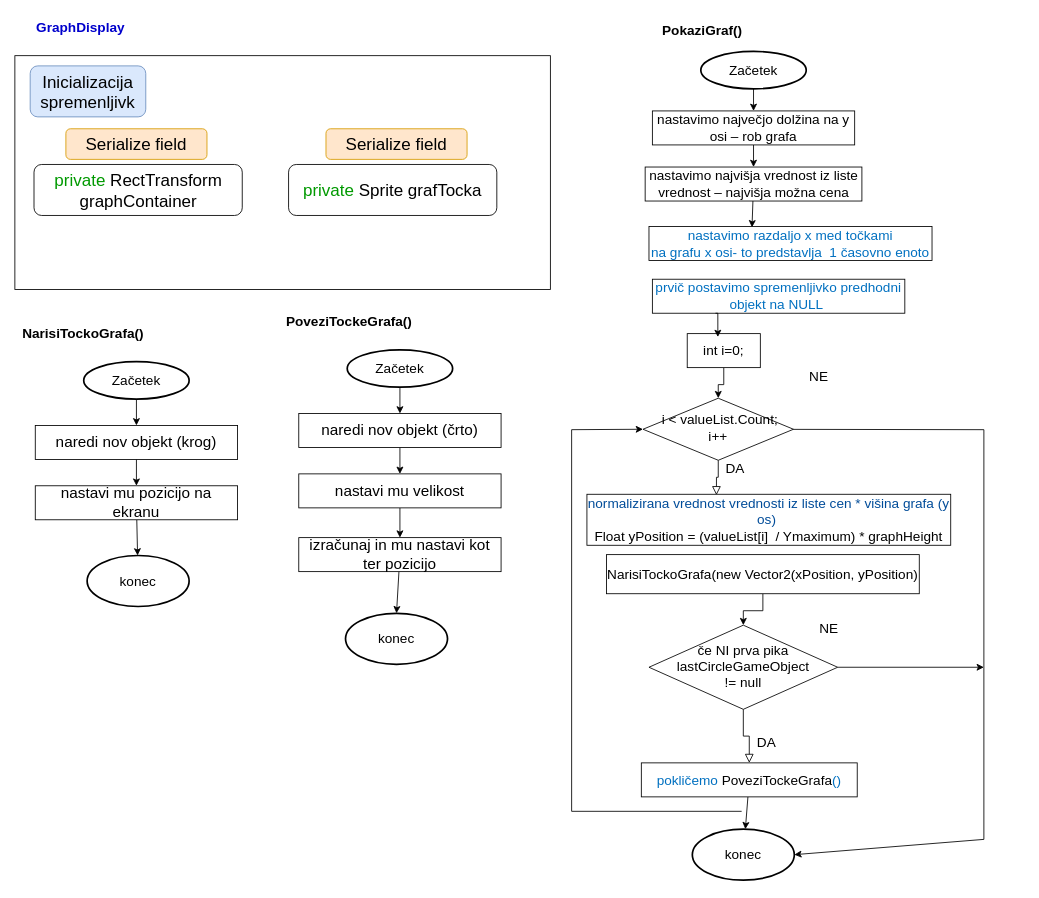
ErikOpresnikHercog2026/IzdelekMatura keeps this draw.io diagram as page "GraphDisplay" (9 of 9) of Dokumentacija/Načrti/OpisSkriptov.drawio. Above is the earlier version. Source tidied: cells renumbered, new cells numbered last; positions are measured from the earlier drawing's top-left corner, leaving out a move shared by most shapes. Both pictures are drawn from the tidied source at 85%, with x=0, y=0 at pixel (14, 14).
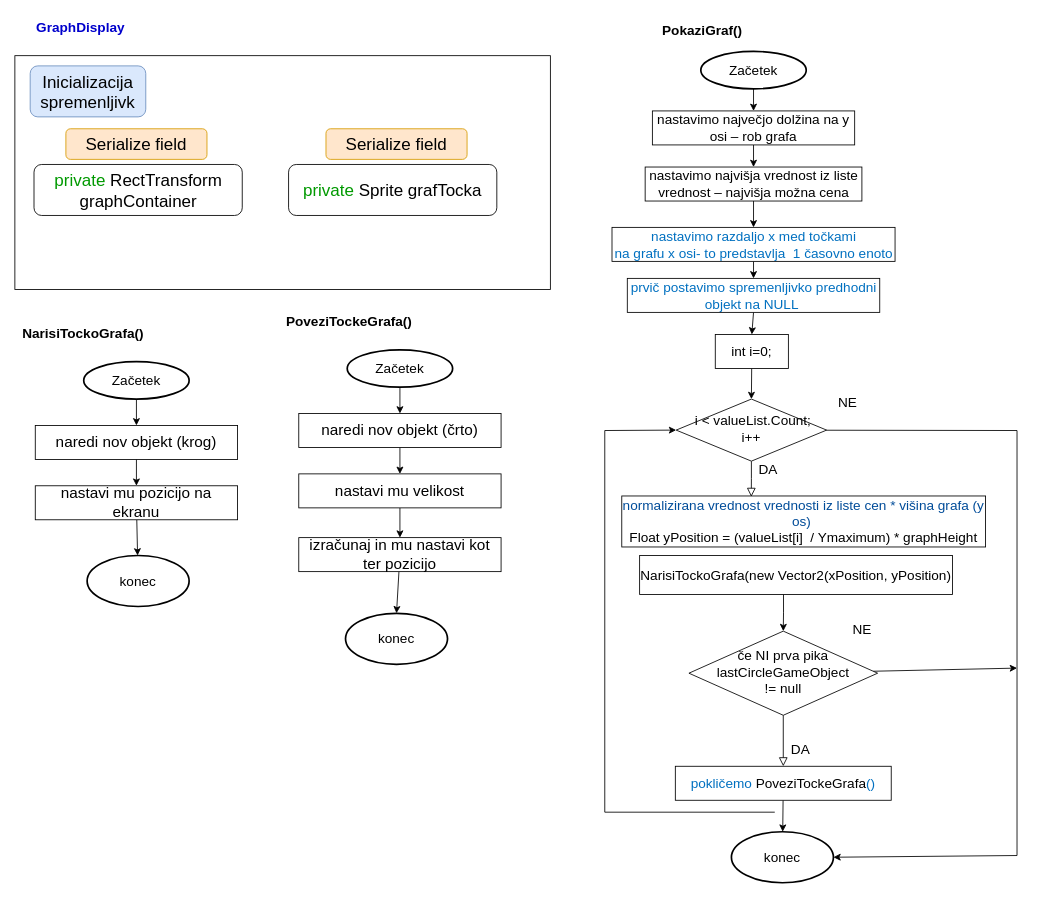
After the change.

The change refers to these unchanged cells:
```xml
<mxCell id="15" value="&lt;span style=&quot;font-family: Calibri, sans-serif;&quot; lang=&quot;SL&quot;&gt;nastavimo najvišja vrednost iz liste vrednost – najvišja možna cena&lt;/span&gt;" style="rounded=0;whiteSpace=wrap;html=1;fontSize=16;glass=0;strokeWidth=1;shadow=0;" parent="1" vertex="1">
  <mxGeometry x="741.5" y="179" width="255" height="40" as="geometry" />
</mxCell>
```

Diff of the diagram source:
```diff
@@
     <mxCell id="5" style="edgeStyle=none;rounded=0;jettySize=auto;html=1;entryX=1;entryY=0.5;entryDx=0;entryDy=0;fontSize=17;" parent="1" edge="1" source="6" target="30">
       <mxGeometry relative="1" as="geometry">
         <Array as="points">
-          <mxPoint x="1140" y="488" />
-          <mxPoint x="1140" y="970" />
+          <mxPoint x="1179" y="489" />
+          <mxPoint x="1179" y="989" />
         </Array>
       </mxGeometry>
     </mxCell>
     <mxCell id="6" value="&lt;span style=&quot;font-family: Calibri, sans-serif;&quot; lang=&quot;SL&quot;&gt;&amp;nbsp;i &amp;lt; valueList.Count; i++&lt;/span&gt;" style="rhombus;whiteSpace=wrap;html=1;shadow=0;fontFamily=Helvetica;fontSize=16;align=center;strokeWidth=1;spacing=6;spacingTop=-4;" parent="1" vertex="1">
-      <mxGeometry x="739" y="451" width="177" height="73" as="geometry" />
+      <mxGeometry x="778" y="452" width="177" height="73" as="geometry" />
     </mxCell>
@@
     <mxCell id="8" style="edgeStyle=none;rounded=0;jettySize=auto;html=1;fontSize=17;" parent="1" edge="1" source="9">
       <mxGeometry relative="1" as="geometry">
-        <mxPoint x="1140" y="767.5" as="targetPoint" />
+        <mxPoint x="1179" y="768.5" as="targetPoint" />
       </mxGeometry>
     </mxCell>
     <mxCell id="9" value="&lt;span style=&quot;font-family: Calibri, sans-serif;&quot; lang=&quot;SL&quot;&gt;če NI prva pika&lt;/span&gt;&lt;div&gt;&lt;span style=&quot;font-family: Calibri, sans-serif;&quot; lang=&quot;SL&quot;&gt;&lt;span style=&quot;line-height: 107%;&quot; lang=&quot;SL&quot;&gt;lastCircleGameObject&lt;br&gt;!= null&lt;/span&gt;&lt;br&gt;&lt;/span&gt;&lt;/div&gt;" style="rhombus;whiteSpace=wrap;html=1;shadow=0;fontFamily=Helvetica;fontSize=16;align=center;strokeWidth=1;spacing=6;spacingTop=-4;" parent="1" vertex="1">
-      <mxGeometry x="746" y="718" width="222" height="99" as="geometry" />
+      <mxGeometry x="793" y="725" width="222" height="99" as="geometry" />
     </mxCell>
@@
     <mxCell id="11" value="&lt;font color=&quot;#0070c0&quot; face=&quot;calibri, sans-serif&quot;&gt;pokličemo&amp;nbsp;&lt;/font&gt;&lt;span&gt;PoveziTockeGrafa&lt;/span&gt;&lt;font color=&quot;#0070c0&quot; face=&quot;calibri, sans-serif&quot;&gt;()&lt;/font&gt;" style="rounded=0;whiteSpace=wrap;html=1;fontSize=16;glass=0;strokeWidth=1;shadow=0;fontStyle=0;" parent="1" vertex="1">
-      <mxGeometry x="737" y="880" width="254" height="40" as="geometry" />
+      <mxGeometry x="777" y="884" width="254" height="40" as="geometry" />
     </mxCell>
@@
-    <mxCell id="14" style="edgeStyle=none;rounded=0;jettySize=auto;html=1;entryX=0.364;entryY=0.024;entryDx=0;entryDy=0;entryPerimeter=0;fontSize=17;" parent="1" edge="1" source="15" target="17">
+    <mxCell id="14" style="edgeStyle=none;rounded=0;jettySize=auto;html=1;entryX=0.5;entryY=0;entryDx=0;entryDy=0;fontSize=17;" parent="1" edge="1" source="15" target="17">
       <mxGeometry relative="1" as="geometry" />
     </mxCell>
@@
+    <mxCell id="54" style="edgeStyle=none;rounded=0;jettySize=auto;html=1;entryX=0.5;entryY=0;entryDx=0;entryDy=0;" parent="1" edge="1" source="17" target="18">
+      <mxGeometry relative="1" as="geometry" />
+    </mxCell>
     <mxCell id="17" value="&lt;p class=&quot;MsoNoSpacing&quot;&gt;&lt;span style=&quot;color:#0070C0&quot; lang=&quot;SL&quot;&gt;nastavimo razdaljo x med točkami&lt;br&gt;na grafu x osi- to predstavlja&amp;nbsp; 1 časovno enoto&lt;/span&gt;&lt;/p&gt;" style="rounded=0;whiteSpace=wrap;html=1;fontSize=16;glass=0;strokeWidth=1;shadow=0;" parent="1" vertex="1">
-      <mxGeometry x="746" y="249" width="333" height="40" as="geometry" />
+      <mxGeometry x="702.5" y="250" width="333" height="40" as="geometry" />
     </mxCell>
+    <mxCell id="21" style="edgeStyle=none;rounded=0;jettySize=auto;html=1;entryX=0.5;entryY=0;entryDx=0;entryDy=0;exitX=0.5;exitY=1;exitDx=0;exitDy=0;" parent="1" edge="1" source="18" target="20">
+      <mxGeometry relative="1" as="geometry" />
+    </mxCell>
     <mxCell id="18" value="&lt;p class=&quot;MsoNoSpacing&quot;&gt;&lt;span style=&quot;color: rgb(0, 112, 192);&quot;&gt;prvič postavimo spremenljivko predhodni objekt na NULL&amp;nbsp;&lt;/span&gt;&lt;br&gt;&lt;/p&gt;" style="rounded=0;whiteSpace=wrap;html=1;fontSize=16;glass=0;strokeWidth=1;shadow=0;" parent="1" vertex="1">
-      <mxGeometry x="750" y="311" width="297" height="40" as="geometry" />
+      <mxGeometry x="720.5" y="310" width="297" height="40" as="geometry" />
     </mxCell>
-    <mxCell id="19" style="edgeStyle=orthogonalEdgeStyle;rounded=0;jettySize=auto;html=1;entryX=0.5;entryY=0;entryDx=0;entryDy=0;fontSize=16;" parent="1" edge="1" source="20" target="6">
+    <mxCell id="19" style="edgeStyle=none;rounded=0;jettySize=auto;html=1;entryX=0.5;entryY=0;entryDx=0;entryDy=0;" parent="1" edge="1" source="20" target="6">
       <mxGeometry relative="1" as="geometry" />
     </mxCell>
     <mxCell id="20" value="&lt;p class=&quot;MsoNoSpacing&quot;&gt;&lt;span style=&quot;font-family: Calibri, sans-serif;&quot;&gt;int&amp;nbsp;&lt;/span&gt;&lt;span style=&quot;font-family: Calibri, sans-serif;&quot;&gt;i=0;&lt;/span&gt;&lt;br&gt;&lt;/p&gt;" style="rounded=0;whiteSpace=wrap;html=1;fontSize=16;glass=0;strokeWidth=1;shadow=0;" parent="1" vertex="1">
-      <mxGeometry x="791" y="375" width="86" height="40" as="geometry" />
+      <mxGeometry x="824" y="376" width="86" height="40" as="geometry" />
     </mxCell>
-    <mxCell id="21" style="edgeStyle=orthogonalEdgeStyle;rounded=0;jettySize=auto;html=1;exitX=0.25;exitY=1;exitDx=0;exitDy=0;entryX=0.419;entryY=0.1;entryDx=0;entryDy=0;entryPerimeter=0;fontSize=16;" parent="1" edge="1" source="18" target="20">
-      <mxGeometry relative="1" as="geometry" />
-    </mxCell>
     <mxCell id="22" value="&lt;span style=&quot;font-family: Calibri, sans-serif;&quot; lang=&quot;SL&quot;&gt;&lt;font style=&quot;color: rgb(0, 76, 153);&quot;&gt;normalizirana vrednost vrednosti iz liste cen * višina grafa (y os)&amp;nbsp;&lt;/font&gt;&lt;/span&gt;&lt;div&gt;&lt;span style=&quot;text-indent: 35.4pt; font-family: Calibri, sans-serif; background-color: transparent; color: light-dark(rgb(0, 0, 0), rgb(255, 255, 255));&quot;&gt;Float yPosition = (valueList[i] &amp;nbsp;/ Ymaximum) * graphHeight&lt;/span&gt;&lt;/div&gt;" style="rounded=0;whiteSpace=wrap;html=1;fontSize=16;glass=0;strokeWidth=1;shadow=0;" parent="1" vertex="1">
-      <mxGeometry x="673" y="564" width="428" height="60" as="geometry" />
+      <mxGeometry x="714" y="566" width="428" height="60" as="geometry" />
     </mxCell>
-    <mxCell id="23" style="edgeStyle=orthogonalEdgeStyle;rounded=0;jettySize=auto;html=1;entryX=0.5;entryY=0;entryDx=0;entryDy=0;fontSize=16;" parent="1" edge="1" source="24" target="9">
+    <mxCell id="23" style="edgeStyle=orthogonalEdgeStyle;rounded=0;jettySize=auto;html=1;entryX=0.5;entryY=0;entryDx=0;entryDy=0;fontSize=16;exitX=0.46;exitY=0.984;exitDx=0;exitDy=0;exitPerimeter=0;" parent="1" edge="1" source="24" target="9">
       <mxGeometry relative="1" as="geometry" />
     </mxCell>
     <mxCell id="24" value="&lt;span style=&quot;font-family: &amp;quot;calibri&amp;quot; , sans-serif&quot; lang=&quot;SL&quot;&gt;&lt;span style=&quot;font-family: &amp;quot;helvetica&amp;quot;&quot;&gt;NarisiTockoGrafa&lt;/span&gt;(new&amp;nbsp;Vector2(xPosition, yPosition)&lt;/span&gt;" style="rounded=0;whiteSpace=wrap;html=1;fontSize=16;glass=0;strokeWidth=1;shadow=0;fontStyle=0;" parent="1" vertex="1">
-      <mxGeometry x="696" y="635" width="368" height="46" as="geometry" />
+      <mxGeometry x="735" y="636" width="368" height="46" as="geometry" />
     </mxCell>
     <mxCell id="25" value="NE" style="text;html=1;align=center;verticalAlign=middle;whiteSpace=wrap;rounded=0;fontSize=16;" parent="1" vertex="1">
-      <mxGeometry x="928" y="707" width="60" height="30" as="geometry" />
+      <mxGeometry x="967" y="708" width="60" height="30" as="geometry" />
     </mxCell>
     <mxCell id="26" style="endArrow=classic;html=1;rounded=0;fontSize=17;entryX=0;entryY=0.5;entryDx=0;entryDy=0;" parent="1" edge="1" target="6">
       <mxGeometry relative="1" as="geometry">
-        <mxPoint x="855" y="937" as="sourcePoint" />
+        <mxPoint x="894" y="938" as="sourcePoint" />
         <Array as="points">
-          <mxPoint x="655" y="937" />
-          <mxPoint x="655" y="488" />
+          <mxPoint x="694" y="938" />
+          <mxPoint x="694" y="489" />
         </Array>
       </mxGeometry>
     </mxCell>
     <mxCell id="27" value="NE" style="text;html=1;align=center;verticalAlign=middle;whiteSpace=wrap;rounded=0;fontSize=16;" parent="1" vertex="1">
-      <mxGeometry x="916" y="410" width="60" height="30" as="geometry" />
+      <mxGeometry x="950" y="441" width="60" height="30" as="geometry" />
     </mxCell>
@@
     <mxCell id="30" value="konec" style="ellipse;whiteSpace=wrap;html=1;fontSize=16;strokeWidth=2;" parent="1" vertex="1">
-      <mxGeometry x="797" y="958" width="120" height="60" as="geometry" />
+      <mxGeometry x="843" y="961" width="120" height="60" as="geometry" />
     </mxCell>
```
